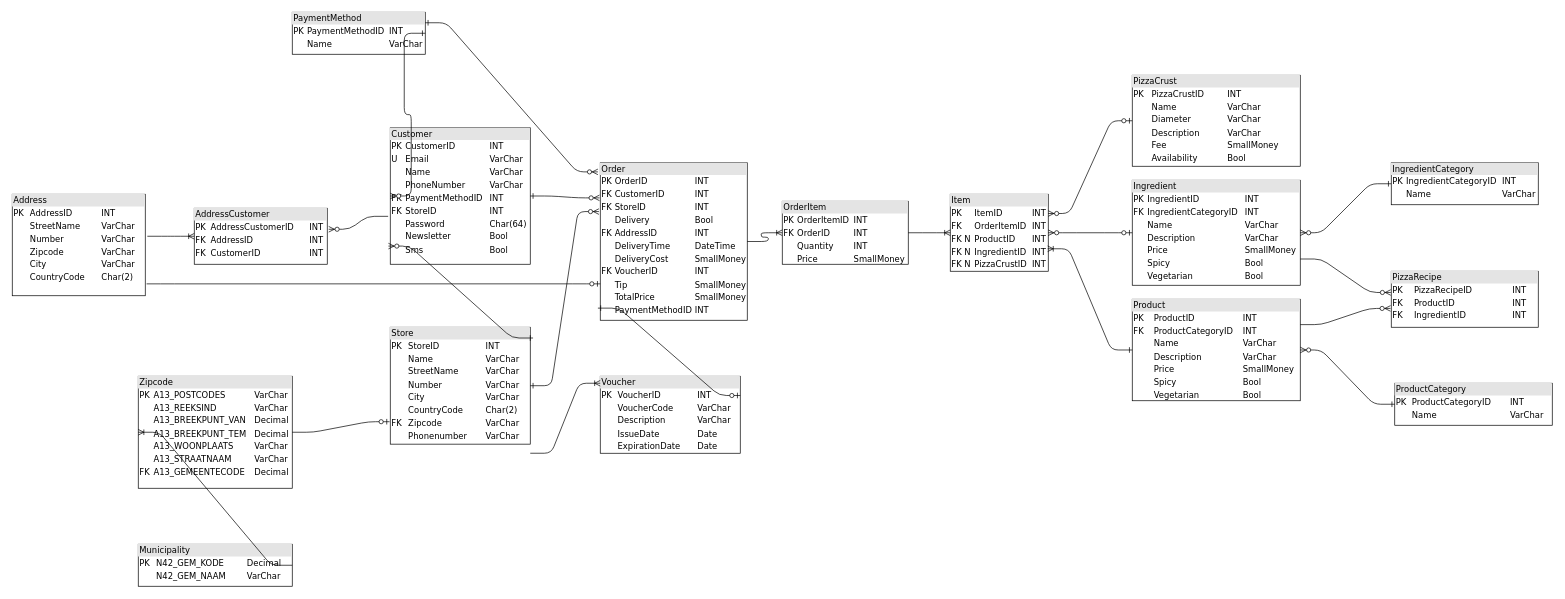
Above: DBO_huidige_situatie.drawio in SlatanEnLexSemester4/Mario-Pizza-Case (draw.io), before the change. Source tidied: cells renumbered, new cells numbered last; positions are measured from the earlier drawing's top-left corner, leaving out a move shared by most shapes. Both pictures are drawn from the tidied source at 70%, with x=0, y=0 at pixel (12, 12).
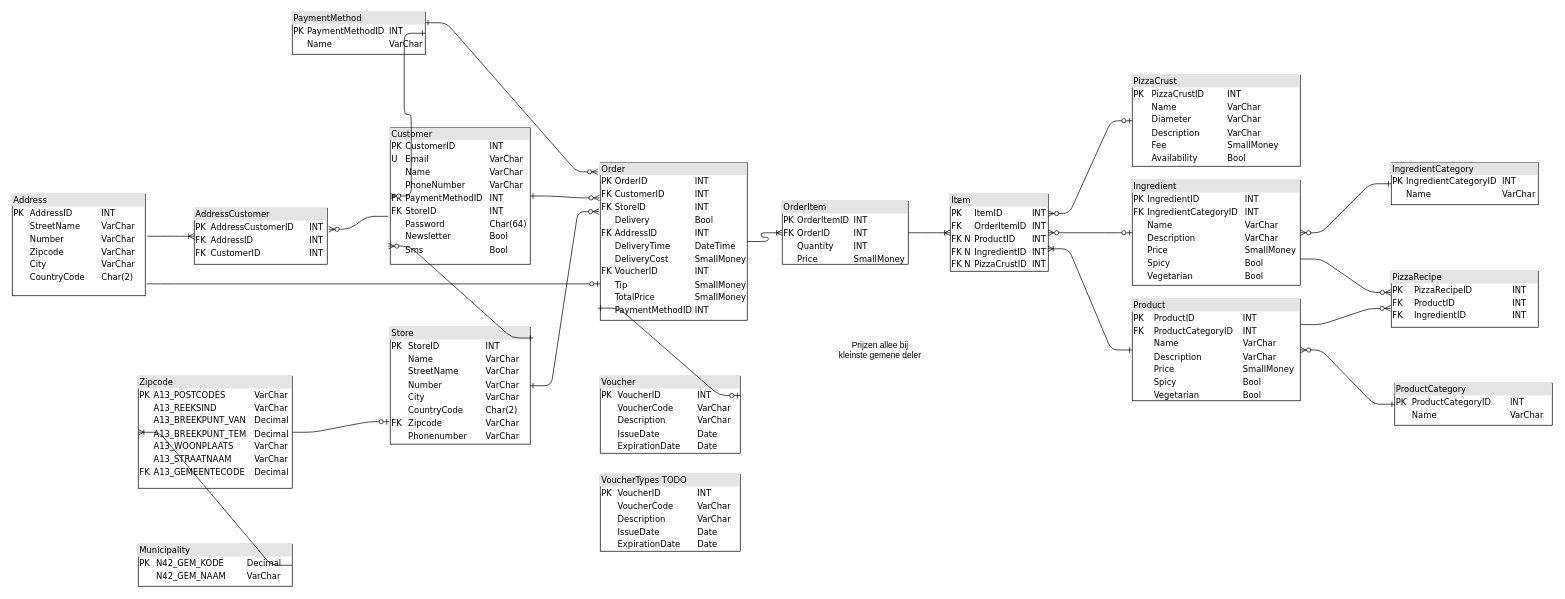
After the change.

Change to the diagram source:
```diff
@@
-    <mxCell id="41" style="edgeStyle=entityRelationEdgeStyle;fontSize=12;html=1;endArrow=ERoneToMany;" parent="1" edge="1">
-      <mxGeometry relative="1" as="geometry">
-        <mxPoint x="740" y="630" as="sourcePoint" />
-        <mxPoint x="840" y="530" as="targetPoint" />
-      </mxGeometry>
-    </mxCell>
@@
+    <mxCell id="43" value="&lt;div style=&quot;box-sizing: border-box ; width: 100% ; background: #e4e4e4 ; padding: 2px&quot;&gt;VoucherTypes TODO&lt;br&gt;&lt;/div&gt;&lt;table style=&quot;width: 100% ; font-size: 1em&quot; cellspacing=&quot;0&quot; cellpadding=&quot;2&quot;&gt;&lt;tbody&gt;&lt;tr&gt;&lt;td&gt;PK&lt;/td&gt;&lt;td&gt;VoucherID&lt;br&gt;&lt;/td&gt;&lt;td&gt;INT&lt;br&gt;&lt;/td&gt;&lt;/tr&gt;&lt;tr&gt;&lt;td&gt;&lt;br&gt;&lt;/td&gt;&lt;td&gt;VoucherCode&lt;/td&gt;&lt;td&gt;VarChar&lt;/td&gt;&lt;/tr&gt;&lt;tr&gt;&lt;td&gt;&lt;br&gt;&lt;/td&gt;&lt;td&gt;Description&lt;/td&gt;&lt;td&gt;VarChar&lt;br&gt;&lt;/td&gt;&lt;/tr&gt;&lt;tr&gt;&lt;td&gt;&lt;br&gt;&lt;/td&gt;&lt;td&gt;IssueDate&lt;/td&gt;&lt;td&gt;Date&lt;/td&gt;&lt;/tr&gt;&lt;tr&gt;&lt;td&gt;&lt;br&gt;&lt;/td&gt;&lt;td&gt;ExpirationDate&lt;/td&gt;&lt;td&gt;Date&lt;br&gt;&lt;/td&gt;&lt;/tr&gt;&lt;/tbody&gt;&lt;/table&gt;" style="verticalAlign=top;align=left;overflow=fill;html=1;rounded=0;shadow=0;comic=0;labelBackgroundColor=none;strokeWidth=1;fontFamily=Verdana;fontSize=12;" parent="1" vertex="1">
+      <mxGeometry x="840" y="660" width="200" height="110" as="geometry" />
+    </mxCell>
+    <mxCell id="44" value="Prijzen allee bij kleinste gemene deler" style="text;html=1;strokeColor=none;fillColor=none;align=center;verticalAlign=middle;whiteSpace=wrap;rounded=0;" parent="1" vertex="1">
+      <mxGeometry x="1180" y="472.5" width="120" height="20" as="geometry" />
+    </mxCell>
```
